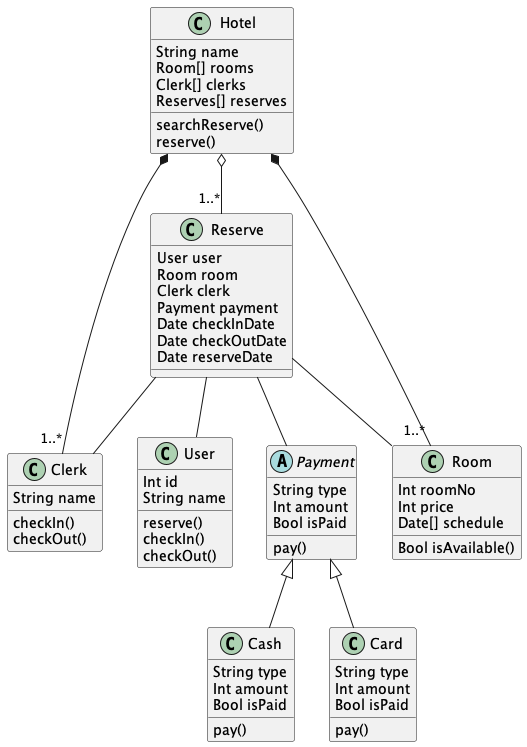
Above: out/domain_analysis/class/class.png in Itsunori/software_eng (PlantUML), before the change. Its diagram source:
```plantuml
@startuml
class User
User : Int id
User : String name
User : reserve()
User : checkIn()
User : checkOut()

class Clerk
Clerk : String name
Clerk : checkIn()
Clerk : checkOut()

class Reserve
Reserve : User user
Reserve : Room room
Reserve : Clerk clerk
Reserve : Payment payment
Reserve : Date checkInDate
Reserve : Date checkOutDate
Reserve : Date reserveDate

class Room
Room : Int roomNo
Room : Int price
Room : Date[] schedule
Room : Bool isAvailable()

abstract class Payment
Payment : String type
Payment : Int amount
Payment : pay()
Payment : Bool isPaid

class Cash
Cash : String type
Cash : Int amount
Cash : pay()
Cash : Bool isPaid

class Card
Card : String type
Card : Int amount
Card : pay()
Card : Bool isPaid

class Hotel
Hotel : String name
Hotel : Room[] rooms
Hotel : Clerk[] clerks
Hotel : Reserves[] reserves
Hotel : searchReserve()
Hotel : reserve()

Hotel *-- "1..*" Room
Hotel *-- "1..*" Clerk
Hotel o-- "1..*" Reserve
Reserve -- User
Reserve -- Room
Reserve -- Payment
Reserve -- Clerk
Payment <|-- Cash
Payment <|-- Card
@enduml
```
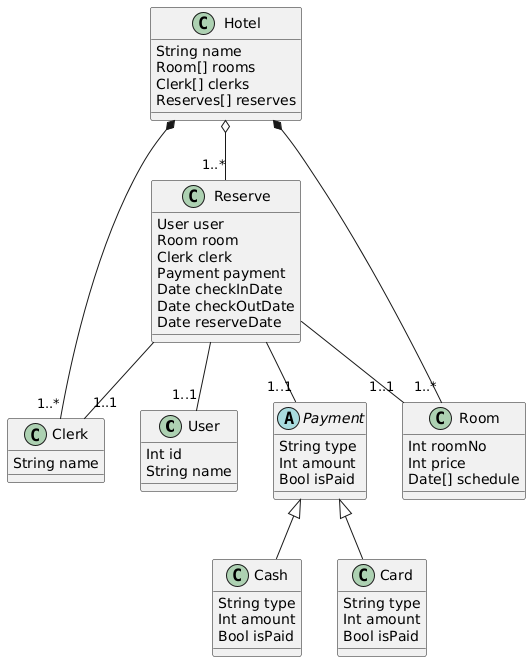
After the change.

What changed in the source:
```diff
@@ -1,15 +1,10 @@
-@startuml
+@startuml class
 class User
 User : Int id
 User : String name
-User : reserve()
-User : checkIn()
-User : checkOut()
 
 class Clerk
 Clerk : String name
-Clerk : checkIn()
-Clerk : checkOut()
 
 class Reserve
 Reserve : User user
@@ -24,24 +19,20 @@
 Room : Int roomNo
 Room : Int price
 Room : Date[] schedule
-Room : Bool isAvailable()
 
 abstract class Payment
 Payment : String type
 Payment : Int amount
-Payment : pay()
 Payment : Bool isPaid
 
 class Cash
 Cash : String type
 Cash : Int amount
-Cash : pay()
 Cash : Bool isPaid
 
 class Card
 Card : String type
 Card : Int amount
-Card : pay()
 Card : Bool isPaid
 
 class Hotel
@@ -49,16 +40,14 @@
 Hotel : Room[] rooms
 Hotel : Clerk[] clerks
 Hotel : Reserves[] reserves
-Hotel : searchReserve()
-Hotel : reserve()
 
 Hotel *-- "1..*" Room
 Hotel *-- "1..*" Clerk
 Hotel o-- "1..*" Reserve
-Reserve -- User
-Reserve -- Room
-Reserve -- Payment
-Reserve -- Clerk
+Reserve -- "1..1" User
+Reserve -- "1..1" Room
+Reserve -- "1..1" Payment
+Reserve -- "1..1" Clerk
 Payment <|-- Cash
 Payment <|-- Card
 @enduml
```
